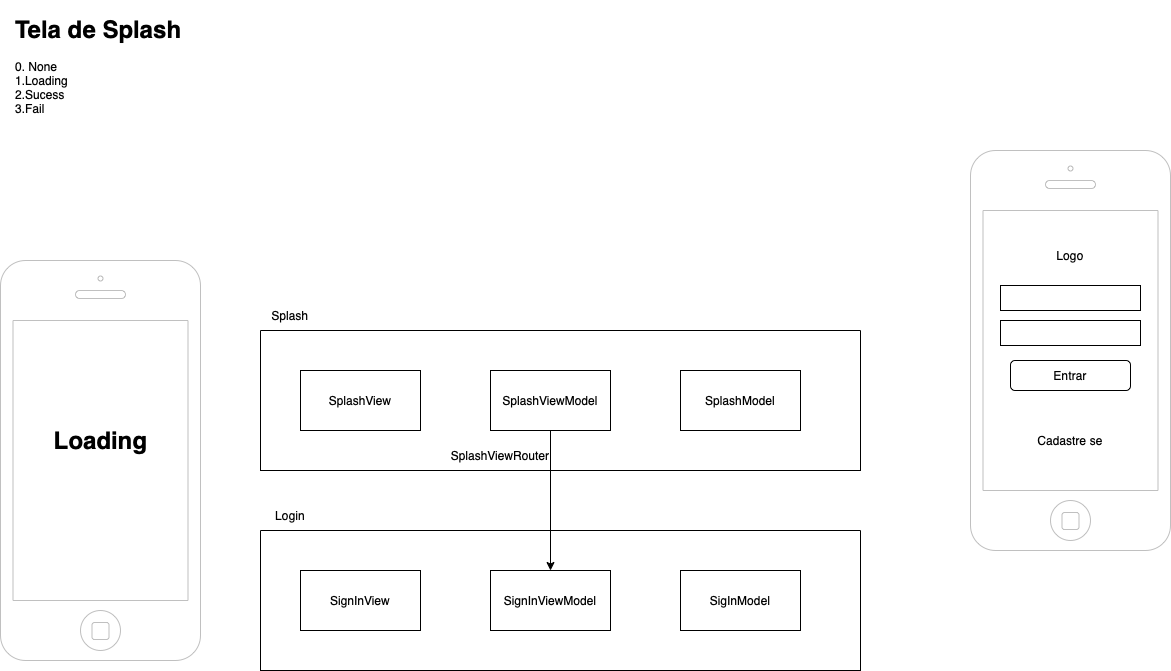
Earlier version of the draw.io export Prototipagem/ProjectHabitTelaDeLogin.drawio.png (kairosumida/ProjectHabit). Source tidied: cells renumbered, new cells last; positions are measured from the earlier drawing's top-left corner, leaving out a move shared by most shapes.
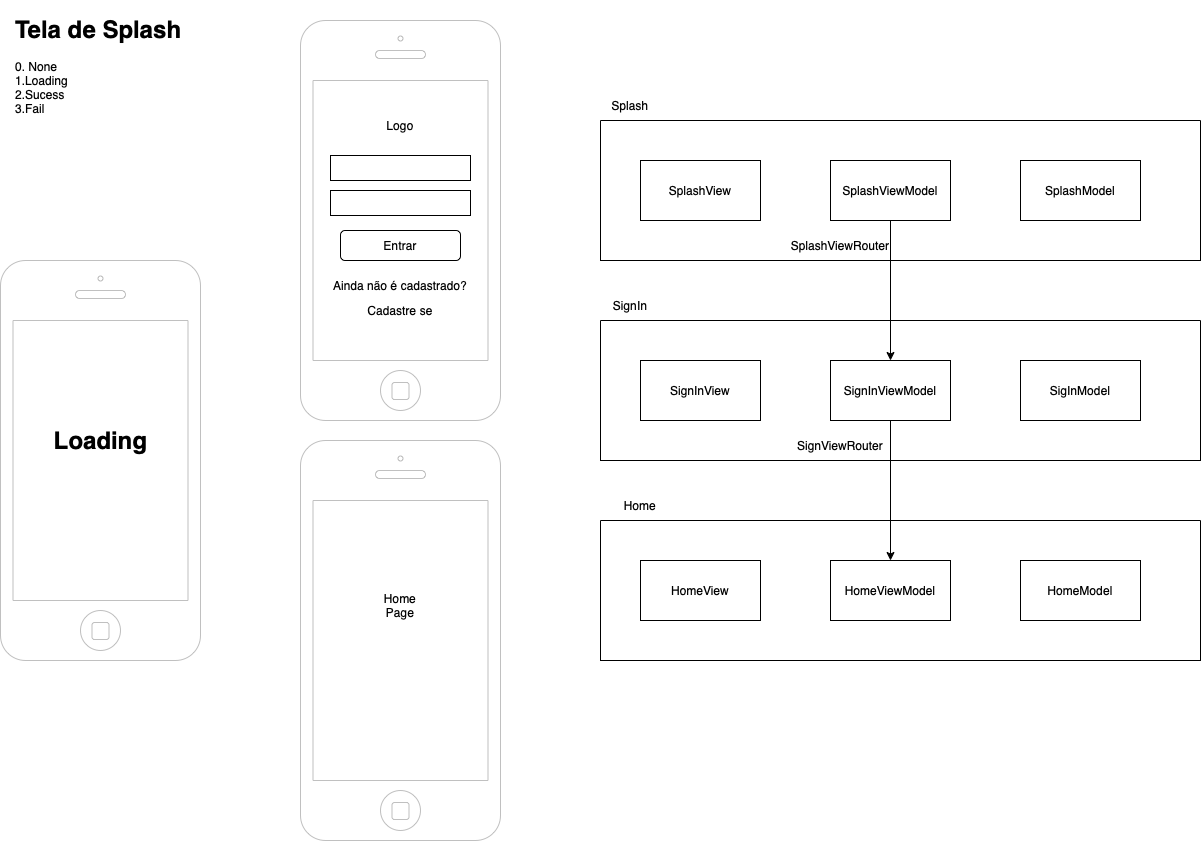
Later version of the same file.

The edit, as a diff of the source:
```diff
@@ -11,59 +11,89 @@
     <mxCell id="4" value="Loading" style="text;strokeColor=none;fillColor=none;html=1;fontSize=24;fontStyle=1;verticalAlign=middle;align=center;" parent="1" vertex="1">
       <mxGeometry x="50" y="410" width="100" height="40" as="geometry" />
     </mxCell>
-    <mxCell id="5" value="SplashView" style="rounded=0;whiteSpace=wrap;html=1;" parent="1" vertex="1">
-      <mxGeometry x="300" y="360" width="120" height="60" as="geometry" />
-    </mxCell>
-    <mxCell id="6" value="SplashViewModel" style="rounded=0;whiteSpace=wrap;html=1;" parent="1" vertex="1">
-      <mxGeometry x="490" y="360" width="120" height="60" as="geometry" />
-    </mxCell>
-    <mxCell id="7" value="SplashModel" style="rounded=0;whiteSpace=wrap;html=1;" parent="1" vertex="1">
-      <mxGeometry x="680" y="360" width="120" height="60" as="geometry" />
-    </mxCell>
-    <mxCell id="8" style="swimlane;startSize=0;" parent="1" vertex="1">
-      <mxGeometry x="260" y="320" width="600" height="140" as="geometry" />
-    </mxCell>
-    <mxCell id="9" value="SplashViewRouter" style="text;html=1;strokeColor=none;fillColor=none;align=center;verticalAlign=middle;whiteSpace=wrap;rounded=0;" parent="8" vertex="1">
-      <mxGeometry x="210" y="110" width="60" height="30" as="geometry" />
-    </mxCell>
-    <mxCell id="10" value="SignInView" style="rounded=0;whiteSpace=wrap;html=1;" parent="1" vertex="1">
-      <mxGeometry x="300" y="560" width="120" height="60" as="geometry" />
-    </mxCell>
-    <mxCell id="11" value="SignInViewModel" style="rounded=0;whiteSpace=wrap;html=1;" parent="1" vertex="1">
-      <mxGeometry x="490" y="560" width="120" height="60" as="geometry" />
-    </mxCell>
-    <mxCell id="12" value="SigInModel" style="rounded=0;whiteSpace=wrap;html=1;" parent="1" vertex="1">
-      <mxGeometry x="680" y="560" width="120" height="60" as="geometry" />
-    </mxCell>
-    <mxCell id="13" style="swimlane;startSize=0;" parent="1" vertex="1">
-      <mxGeometry x="260" y="520" width="600" height="140" as="geometry" />
-    </mxCell>
-    <mxCell id="14" style="endArrow=classic;html=1;rounded=0;entryX=0.5;entryY=0;entryDx=0;entryDy=0;exitX=0.5;exitY=1;exitDx=0;exitDy=0;" parent="1" edge="1" source="6" target="11">
-      <mxGeometry relative="1" as="geometry" />
-    </mxCell>
-    <mxCell id="15" value="Splash" style="text;html=1;strokeColor=none;fillColor=none;align=center;verticalAlign=middle;whiteSpace=wrap;rounded=0;" parent="1" vertex="1">
-      <mxGeometry x="260" y="290" width="60" height="30" as="geometry" />
-    </mxCell>
-    <mxCell id="16" value="Login" style="text;html=1;strokeColor=none;fillColor=none;align=center;verticalAlign=middle;whiteSpace=wrap;rounded=0;" parent="1" vertex="1">
-      <mxGeometry x="260" y="490" width="60" height="30" as="geometry" />
-    </mxCell>
     <mxCell id="17" style="html=1;verticalLabelPosition=bottom;labelBackgroundColor=#ffffff;verticalAlign=top;shadow=0;dashed=0;strokeWidth=1;shape=mxgraph.ios7.misc.iphone;strokeColor=#c0c0c0;" parent="1" vertex="1">
-      <mxGeometry x="970" y="140" width="200" height="400" as="geometry" />
+      <mxGeometry x="300" y="10" width="200" height="400" as="geometry" />
     </mxCell>
     <mxCell id="18" value="Logo" style="text;html=1;strokeColor=none;fillColor=none;align=center;verticalAlign=middle;whiteSpace=wrap;rounded=0;" parent="1" vertex="1">
-      <mxGeometry x="1040" y="230" width="60" height="30" as="geometry" />
+      <mxGeometry x="370" y="100" width="60" height="30" as="geometry" />
     </mxCell>
     <mxCell id="19" style="verticalLabelPosition=bottom;verticalAlign=top;html=1;shape=mxgraph.basic.rect;fillColor2=none;strokeWidth=1;size=20;indent=5;" parent="1" vertex="1">
-      <mxGeometry x="1000" y="275" width="140" height="25" as="geometry" />
+      <mxGeometry x="330" y="145" width="140" height="25" as="geometry" />
     </mxCell>
     <mxCell id="20" style="verticalLabelPosition=bottom;verticalAlign=top;html=1;shape=mxgraph.basic.rect;fillColor2=none;strokeWidth=1;size=20;indent=5;" parent="1" vertex="1">
-      <mxGeometry x="1000" y="310" width="140" height="25" as="geometry" />
+      <mxGeometry x="330" y="180" width="140" height="25" as="geometry" />
     </mxCell>
     <mxCell id="21" value="Cadastre se" style="text;html=1;strokeColor=none;fillColor=none;align=center;verticalAlign=middle;whiteSpace=wrap;rounded=0;" parent="1" vertex="1">
-      <mxGeometry x="1020" y="415" width="100" height="30" as="geometry" />
+      <mxGeometry x="350" y="285" width="100" height="30" as="geometry" />
     </mxCell>
     <mxCell id="22" value="Entrar" style="rounded=1;whiteSpace=wrap;html=1;" parent="1" vertex="1">
-      <mxGeometry x="1010" y="350" width="120" height="30" as="geometry" />
+      <mxGeometry x="340" y="220" width="120" height="30" as="geometry" />
     </mxCell>
+    <mxCell id="23" value="Ainda não é cadastrado?" style="text;html=1;strokeColor=none;fillColor=none;align=center;verticalAlign=middle;whiteSpace=wrap;rounded=0;" parent="1" vertex="1">
+      <mxGeometry x="320" y="260" width="160" height="30" as="geometry" />
+    </mxCell>
+    <mxCell id="24" style="html=1;verticalLabelPosition=bottom;labelBackgroundColor=#ffffff;verticalAlign=top;shadow=0;dashed=0;strokeWidth=1;shape=mxgraph.ios7.misc.iphone;strokeColor=#c0c0c0;" parent="1" vertex="1">
+      <mxGeometry x="300" y="430" width="200" height="400" as="geometry" />
+    </mxCell>
+    <mxCell id="25" value="Home Page" style="text;html=1;strokeColor=none;fillColor=none;align=center;verticalAlign=middle;whiteSpace=wrap;rounded=0;" parent="1" vertex="1">
+      <mxGeometry x="370" y="580" width="60" height="30" as="geometry" />
+    </mxCell>
+    <mxCell id="5" value="SplashView" style="rounded=0;whiteSpace=wrap;html=1;" parent="1" vertex="1">
+      <mxGeometry x="640" y="150" width="120" height="60" as="geometry" />
+    </mxCell>
+    <mxCell id="6" value="SplashViewModel" style="rounded=0;whiteSpace=wrap;html=1;" parent="1" vertex="1">
+      <mxGeometry x="830" y="150" width="120" height="60" as="geometry" />
+    </mxCell>
+    <mxCell id="7" value="SplashModel" style="rounded=0;whiteSpace=wrap;html=1;" parent="1" vertex="1">
+      <mxGeometry x="1020" y="150" width="120" height="60" as="geometry" />
+    </mxCell>
+    <mxCell id="26" style="swimlane;startSize=0;" parent="1" vertex="1">
+      <mxGeometry x="600" y="110" width="600" height="140" as="geometry" />
+    </mxCell>
+    <mxCell id="9" value="SplashViewRouter" style="text;html=1;strokeColor=none;fillColor=none;align=center;verticalAlign=middle;whiteSpace=wrap;rounded=0;" parent="26" vertex="1">
+      <mxGeometry x="210" y="110" width="60" height="30" as="geometry" />
+    </mxCell>
+    <mxCell id="10" value="SignInView" style="rounded=0;whiteSpace=wrap;html=1;" parent="1" vertex="1">
+      <mxGeometry x="640" y="350" width="120" height="60" as="geometry" />
+    </mxCell>
+    <mxCell id="11" value="SignInViewModel" style="rounded=0;whiteSpace=wrap;html=1;" parent="1" vertex="1">
+      <mxGeometry x="830" y="350" width="120" height="60" as="geometry" />
+    </mxCell>
+    <mxCell id="12" value="SigInModel" style="rounded=0;whiteSpace=wrap;html=1;" parent="1" vertex="1">
+      <mxGeometry x="1020" y="350" width="120" height="60" as="geometry" />
+    </mxCell>
+    <mxCell id="27" style="swimlane;startSize=0;" parent="1" vertex="1">
+      <mxGeometry x="600" y="310" width="600" height="140" as="geometry" />
+    </mxCell>
+    <mxCell id="28" value="SignViewRouter" style="text;html=1;strokeColor=none;fillColor=none;align=center;verticalAlign=middle;whiteSpace=wrap;rounded=0;" parent="27" vertex="1">
+      <mxGeometry x="210" y="110" width="60" height="30" as="geometry" />
+    </mxCell>
+    <mxCell id="14" style="endArrow=classic;html=1;rounded=0;entryX=0.5;entryY=0;entryDx=0;entryDy=0;exitX=0.5;exitY=1;exitDx=0;exitDy=0;" parent="1" edge="1" source="6" target="11">
+      <mxGeometry relative="1" as="geometry" />
+    </mxCell>
+    <mxCell id="15" value="Splash" style="text;html=1;strokeColor=none;fillColor=none;align=center;verticalAlign=middle;whiteSpace=wrap;rounded=0;" parent="1" vertex="1">
+      <mxGeometry x="600" y="80" width="60" height="30" as="geometry" />
+    </mxCell>
+    <mxCell id="29" value="SignIn" style="text;html=1;strokeColor=none;fillColor=none;align=center;verticalAlign=middle;whiteSpace=wrap;rounded=0;" parent="1" vertex="1">
+      <mxGeometry x="600" y="280" width="60" height="30" as="geometry" />
+    </mxCell>
+    <mxCell id="30" value="HomeView" style="rounded=0;whiteSpace=wrap;html=1;" parent="1" vertex="1">
+      <mxGeometry x="640" y="550" width="120" height="60" as="geometry" />
+    </mxCell>
+    <mxCell id="31" value="HomeViewModel" style="rounded=0;whiteSpace=wrap;html=1;" parent="1" vertex="1">
+      <mxGeometry x="830" y="550" width="120" height="60" as="geometry" />
+    </mxCell>
+    <mxCell id="32" value="HomeModel" style="rounded=0;whiteSpace=wrap;html=1;" parent="1" vertex="1">
+      <mxGeometry x="1020" y="550" width="120" height="60" as="geometry" />
+    </mxCell>
+    <mxCell id="33" style="swimlane;startSize=0;" parent="1" vertex="1">
+      <mxGeometry x="600" y="510" width="600" height="140" as="geometry" />
+    </mxCell>
+    <mxCell id="34" value="Home" style="text;html=1;strokeColor=none;fillColor=none;align=center;verticalAlign=middle;whiteSpace=wrap;rounded=0;" parent="1" vertex="1">
+      <mxGeometry x="610" y="480" width="60" height="30" as="geometry" />
+    </mxCell>
+    <mxCell id="35" style="endArrow=classic;html=1;rounded=0;entryX=0.5;entryY=0;entryDx=0;entryDy=0;" parent="1" edge="1" source="11" target="31">
+      <mxGeometry relative="1" as="geometry" />
+    </mxCell>
   </root>
 </mxGraphModel>
```
